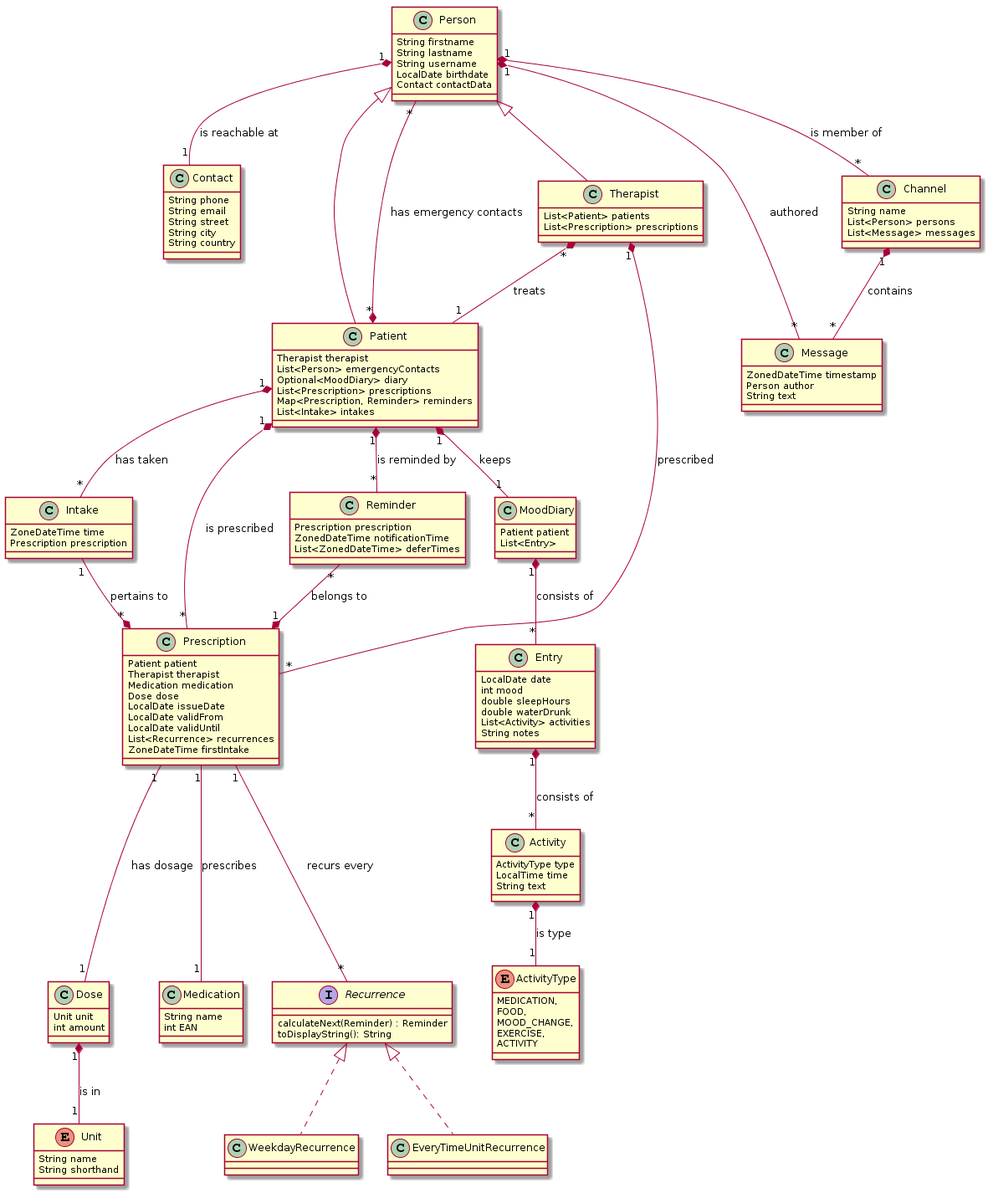
ch-bfh-bti7081-s2019-green/ch.bfh.bti7081.s2019.green keeps this PlantUML diagram as doc/task_04/notes/class_diagram.png. Above is the earlier version.
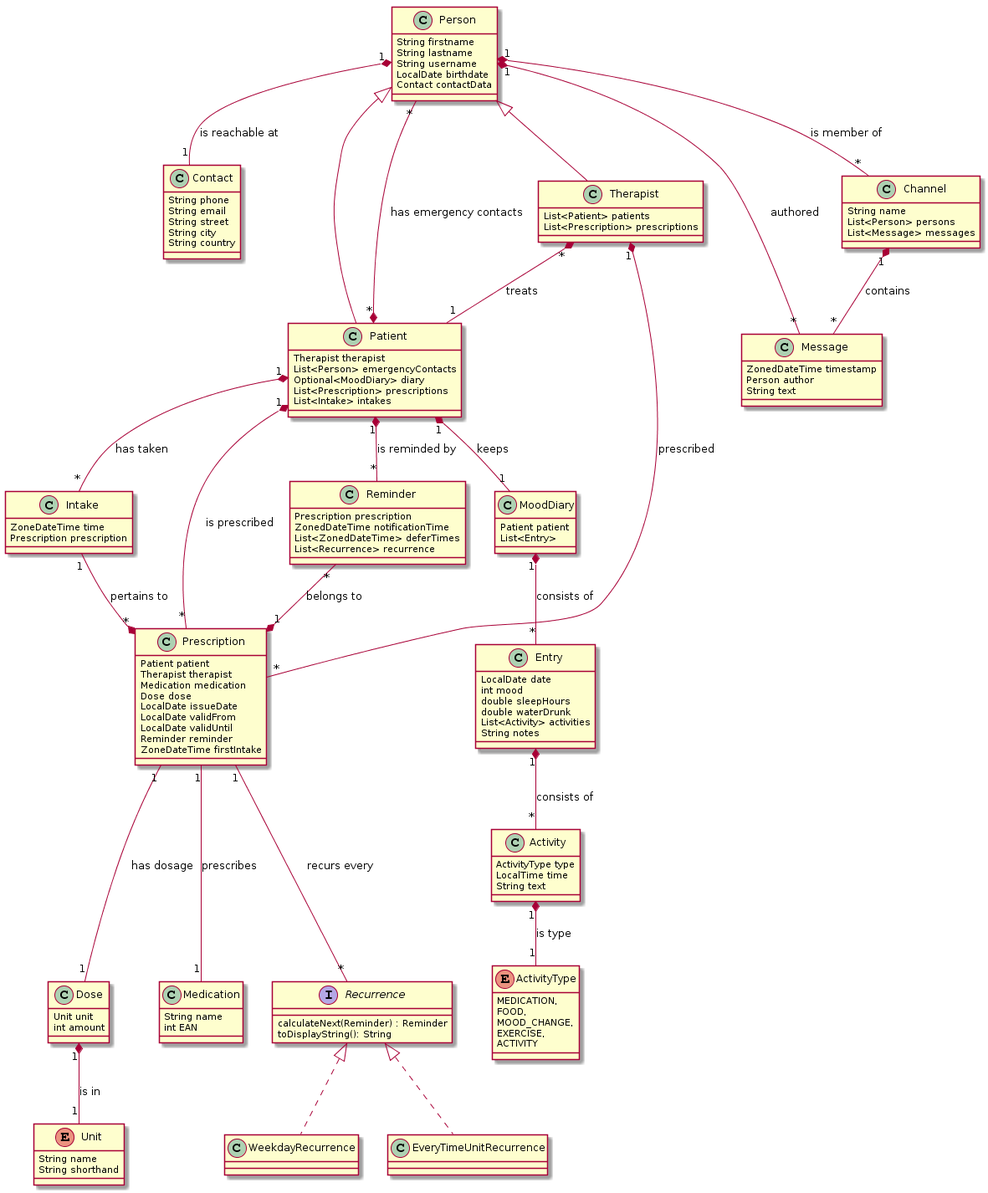
After the commit.

Commit message:
Task_04 - small changes to class diagram

Change to the diagram source:
```diff
@@ -14,7 +14,6 @@
     List<Person> emergencyContacts
     Optional<MoodDiary> diary
     List<Prescription> prescriptions
-    Map<Prescription, Reminder> reminders
     List<Intake> intakes
 }
 
@@ -50,6 +49,7 @@
     Prescription prescription
     ZonedDateTime notificationTime
     List<ZonedDateTime> deferTimes
+    List<Recurrence> recurrence
 }
 
 Reminder "*" --* "1" Prescription : belongs to
@@ -113,7 +113,7 @@
     LocalDate issueDate
     LocalDate validFrom
     LocalDate validUntil
-    List<Recurrence> recurrences
+    Reminder reminder
     ZoneDateTime firstIntake
 }
 
```
